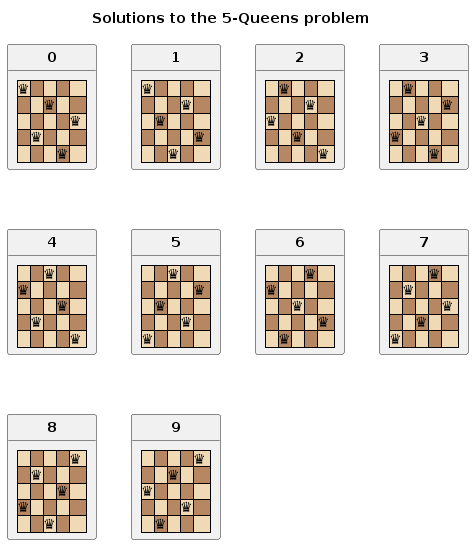
Before: docs/assets/images/queen5.png, a diagram exported from PlantUML (dragondive/dragondive.github.io). Its diagram source:
```plantuml
@startuml queen##input_n

!function $get_right_diagonal($row, $column)
    !return $row + $column
!endfunction

!function $get_left_diagonal_offset()
    !return $n - 1
!endfunction

!function $get_left_diagonal($row, $column)
    !return ($row - $column) + $get_left_diagonal_offset()
!endfunction

!function $to_variable($array_name, $index)
    !return %string($array_name + $index)
!endfunction

!function $get($array_name, $index)
    !return %get_variable_value($to_variable($array_name, $index))
!endfunction

!procedure $set($array_name, $index, $value)
    %set_variable_value($to_variable($array_name, $index), $value)
!endprocedure

!function $is_odd($number)
    !return ($number / 2 * 2) != $number
!endfunction

!function $make_chessboard()
    !$diagram = ""
    !$row = 0
    !while $row < $n
        !$column = 0
        !while $column < $n
            !$diagram = $diagram + "| "

            !if $is_odd($row + $column)
                !$diagram = $diagram + "<#b58863>"
            !else
                !$diagram = $diagram + "<#f0d9b5>"
            !endif

            !if $get("placed_queen_id", $row) == $column
                !$diagram = $diagram + "♛"
            !endif
            !$column = $column + 1
        !endwhile
        !$diagram = $diagram + " |" + %newline()
        !$row = $row + 1
    !endwhile
    !return $diagram
!endfunction

!function $is_occupied($row, $column)
    !return $get("is_occupied_column", $column) == %true()         || $get("is_occupied_right_diagonal", $get_right_diagonal($row, $column)) == %true()         || $get("is_occupied_left_diagonal", $get_left_diagonal($row, $column)) == %true()
!endfunction

!procedure $update_occupancy($row, $column, $status)
    $set("is_occupied_column", $column, $status)
    $set("is_occupied_right_diagonal", $get_right_diagonal($row, $column), $status)
    $set("is_occupied_left_diagonal", $get_left_diagonal($row, $column), $status)
!endprocedure

!procedure $draw_solution()
    class **$solution_counter** {
        $make_chessboard()
    }
    !$solution_counter = $solution_counter + 1
!endprocedure

!procedure $place_nth_queen($row)
    !$column = 0
    !while $column < $n
        !if $is_occupied($row, $column) == %false()
            $set("placed_queen_id", $row, $column)
            $update_occupancy($row, $column, %true())

            !if ($row + 1) < $n
                $place_nth_queen($row + 1)
            !else
                $draw_solution()
            !endif

            $update_occupancy($row, $column, %false())
        !endif
        !$column = $column + 1
    !endwhile
!endprocedure

!function $get_number_of_diagonals()
    !return $n * 2 - 1
!endfunction

!procedure $solve_queen($input_n)
    !global $solution_counter = 0
    !global $n = $input_n

    !$index = 0
    !while $index < $n
        $set("placed_queen_id", $index, 0)
        $set("is_occupied_column", $index, %false())
        !$index = $index + 1
    !endwhile

    !$index = 0
    !$number_of_diagonals = $get_number_of_diagonals()
    !while $index < $number_of_diagonals
        $set("is_occupied_right_diagonal", $index, %false())
        $set("is_occupied_left_diagonal", $index, %false())
        !$index = $index + 1
    !endwhile

    hide circle
    title Solutions to the $n-Queens problem
    $place_nth_queen(0)
!endprocedure

!input_n ?= 8
$solve_queen(%intval(input_n))

@enduml
```
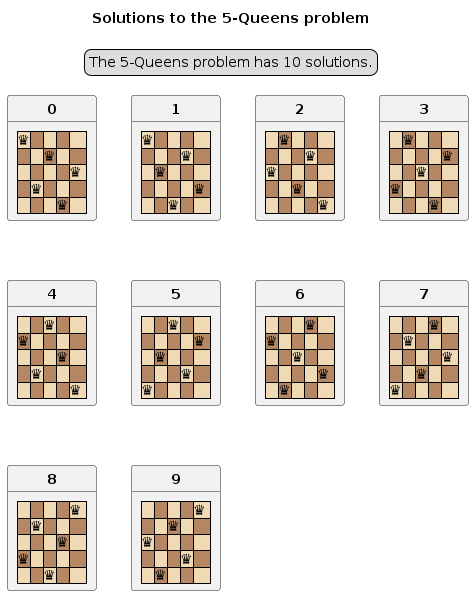
The same file after the commit.

Commit message:
update 5-queens teaser image

What changed in the source:
```diff
@@ -113,8 +113,12 @@
     !endwhile
 
     hide circle
+    allowmixing
     title Solutions to the $n-Queens problem
     $place_nth_queen(0)
+    legend top center
+        The $n-Queens problem has $solution_counter solutions.
+    end legend
 !endprocedure
 
 !input_n ?= 8
```
